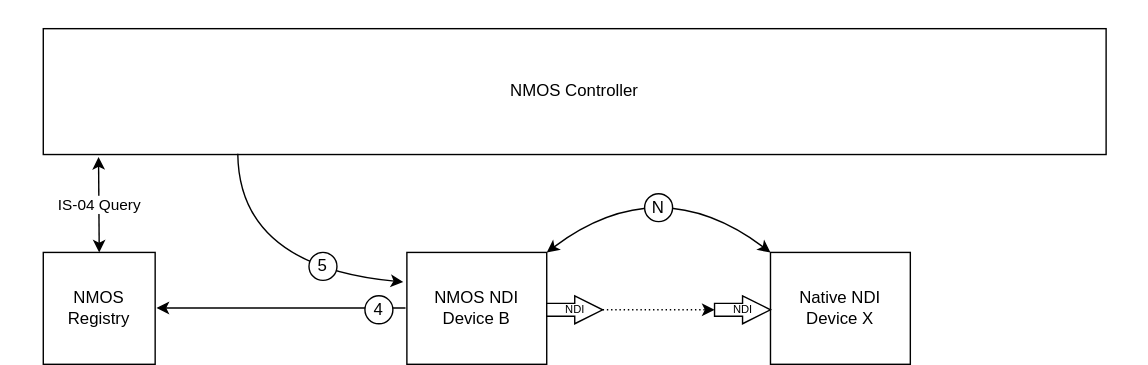
AMWA-TV/bcp-007-01 keeps this draw.io diagram as docs/images/NMOS-NDI-UseCase3-drawio.svg. Above is the earlier version. Source tidied: cells renumbered, new cells last; positions are measured from the earlier drawing's top-left corner, leaving out a move shared by most shapes.
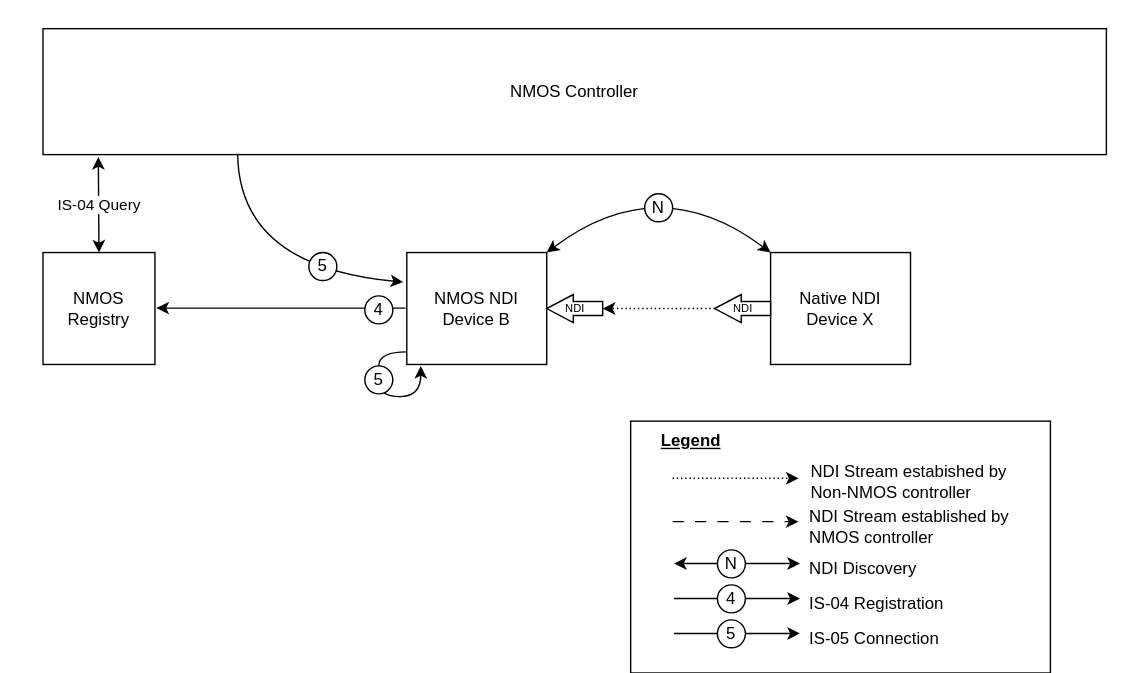
Above is the later version.

Diff of the diagram source:
```diff
@@ -34,18 +34,18 @@
         </Array>
       </mxGeometry>
     </mxCell>
-    <mxCell id="10" value="NDI" style="html=1;shadow=0;dashed=0;align=center;verticalAlign=middle;shape=mxgraph.arrows2.arrow;dy=0.54;dx=19.97;notch=0;fontSize=8;" parent="1" vertex="1">
-      <mxGeometry x="510" y="211" width="40" height="20" as="geometry" />
-    </mxCell>
+    <mxCell id="18" style="edgeStyle=orthogonalEdgeStyle;rounded=0;jettySize=auto;html=1;exitX=1;exitY=0.5;exitDx=0;exitDy=0;exitPerimeter=0;entryX=0;entryY=0.5;entryDx=0;entryDy=0;entryPerimeter=0;curved=1;dashed=1;dashPattern=1 2;" parent="1" edge="1" source="19" target="20">
+      <mxGeometry relative="1" as="geometry" />
+    </mxCell>
+    <mxCell id="19" value="NDI" style="html=1;shadow=0;dashed=0;align=center;verticalAlign=middle;shape=mxgraph.arrows2.arrow;dy=0.5;dx=19;flipH=1;notch=0;fontSize=8;" parent="1" vertex="1">
+      <mxGeometry x="510" y="210" width="40" height="20" as="geometry" />
+    </mxCell>
     <mxCell id="11" style="rounded=0;whiteSpace=wrap;html=1;strokeColor=none;fillColor=none;" parent="1" vertex="1">
       <mxGeometry width="820" height="10" as="geometry" />
     </mxCell>
-    <mxCell id="12" value="NDI" style="html=1;shadow=0;dashed=0;align=center;verticalAlign=middle;shape=mxgraph.arrows2.arrow;dy=0.54;dx=19.97;notch=0;fontSize=8;" parent="1" vertex="1">
-      <mxGeometry x="390" y="211" width="40" height="20" as="geometry" />
-    </mxCell>
-    <mxCell id="13" style="endArrow=classic;html=1;rounded=0;entryX=0;entryY=0.5;entryDx=0;entryDy=0;entryPerimeter=0;exitX=1;exitY=0.5;exitDx=0;exitDy=0;exitPerimeter=0;dashed=1;dashPattern=1 2;" parent="1" edge="1" source="12" target="10">
-      <mxGeometry relative="1" as="geometry" />
-    </mxCell>
+    <mxCell id="20" value="NDI" style="html=1;shadow=0;dashed=0;align=center;verticalAlign=middle;shape=mxgraph.arrows2.arrow;dy=0.5;dx=19;flipH=1;notch=0;fontSize=8;" parent="1" vertex="1">
+      <mxGeometry x="390" y="210" width="40" height="20" as="geometry" />
+    </mxCell>
     <mxCell id="14" style="curved=1;endArrow=classic;html=1;rounded=0;exitX=1;exitY=0;exitDx=0;exitDy=0;entryX=0;entryY=0;entryDx=0;entryDy=0;startArrow=classic;startFill=1;" parent="1" edge="1" source="7" target="6">
       <mxGeometry relative="1" as="geometry">
         <Array as="points">
@@ -62,5 +62,84 @@
     <mxCell id="17" value="5" style="ellipse;whiteSpace=wrap;html=1;" parent="1" vertex="1">
       <mxGeometry x="220" y="180" width="20" height="20" as="geometry" />
     </mxCell>
+    <mxCell id="21" style="curved=1;endArrow=classic;html=1;rounded=0;" parent="1" edge="1">
+      <mxGeometry relative="1" as="geometry">
+        <mxPoint x="290" y="251" as="sourcePoint" />
+        <mxPoint x="300" y="261" as="targetPoint" />
+        <Array as="points">
+          <mxPoint x="270" y="251" />
+          <mxPoint x="270" y="271" />
+          <mxPoint x="270" y="261" />
+          <mxPoint x="270" y="283" />
+          <mxPoint x="300" y="283" />
+        </Array>
+      </mxGeometry>
+    </mxCell>
+    <mxCell id="22" value="5" style="ellipse;whiteSpace=wrap;html=1;" parent="1" vertex="1">
+      <mxGeometry x="260" y="261" width="20" height="20" as="geometry" />
+    </mxCell>
+    <mxCell id="23" style="group;" parent="1" vertex="1">
+      <mxGeometry x="450" y="300" width="300" height="180.5" as="geometry" />
+    </mxCell>
+    <mxCell id="24" style="rounded=0;whiteSpace=wrap;html=1;" parent="23" vertex="1">
+      <mxGeometry y="0.5" width="300" height="180" as="geometry" />
+    </mxCell>
+    <mxCell id="25" style="endArrow=classic;startArrow=none;html=1;rounded=0;startFill=0;dashed=1;dashPattern=1 2;" parent="23" edge="1">
+      <mxGeometry relative="1" as="geometry">
+        <mxPoint x="30" y="41.3" as="sourcePoint" />
+        <mxPoint x="120" y="41.3" as="targetPoint" />
+      </mxGeometry>
+    </mxCell>
+    <mxCell id="26" value="Legend" style="text;strokeColor=none;align=left;fillColor=none;html=1;verticalAlign=middle;whiteSpace=wrap;rounded=0;fontStyle=5;" parent="23" vertex="1">
+      <mxGeometry x="20" width="162" height="30" as="geometry" />
+    </mxCell>
+    <mxCell id="27" value="NDI Stream established by NMOS controller" style="text;strokeColor=none;align=left;fillColor=none;html=1;verticalAlign=middle;whiteSpace=wrap;rounded=0;" parent="23" vertex="1">
+      <mxGeometry x="126" y="60.5" width="172" height="30" as="geometry" />
+    </mxCell>
+    <mxCell id="28" style="endArrow=classic;startArrow=none;html=1;rounded=0;startFill=0;dashed=1;dashPattern=8 8;" parent="23" edge="1">
+      <mxGeometry relative="1" as="geometry">
+        <mxPoint x="30" y="72.3" as="sourcePoint" />
+        <mxPoint x="120" y="72.3" as="targetPoint" />
+      </mxGeometry>
+    </mxCell>
+    <mxCell id="29" value="NDI Discovery" style="text;strokeColor=none;align=left;fillColor=none;html=1;verticalAlign=middle;whiteSpace=wrap;rounded=0;" parent="23" vertex="1">
+      <mxGeometry x="126" y="90.5" width="130" height="30" as="geometry" />
+    </mxCell>
+    <mxCell id="30" style="endArrow=classic;startArrow=classic;html=1;rounded=0;startFill=1;" parent="23" edge="1">
+      <mxGeometry relative="1" as="geometry">
+        <mxPoint x="31" y="102.3" as="sourcePoint" />
+        <mxPoint x="121" y="102.3" as="targetPoint" />
+      </mxGeometry>
+    </mxCell>
+    <mxCell id="31" value="N" style="ellipse;whiteSpace=wrap;html=1;" parent="23" vertex="1">
+      <mxGeometry x="62" y="92.5" width="20" height="20" as="geometry" />
+    </mxCell>
+    <mxCell id="32" value="IS-04 Registration" style="text;strokeColor=none;align=left;fillColor=none;html=1;verticalAlign=middle;whiteSpace=wrap;rounded=0;" parent="23" vertex="1">
+      <mxGeometry x="126" y="115.5" width="130" height="30" as="geometry" />
+    </mxCell>
+    <mxCell id="33" style="endArrow=classic;startArrow=none;html=1;rounded=0;startFill=0;" parent="23" edge="1">
+      <mxGeometry relative="1" as="geometry">
+        <mxPoint x="31" y="127.3" as="sourcePoint" />
+        <mxPoint x="121" y="127.3" as="targetPoint" />
+      </mxGeometry>
+    </mxCell>
+    <mxCell id="34" value="4" style="ellipse;whiteSpace=wrap;html=1;" parent="23" vertex="1">
+      <mxGeometry x="62" y="117.5" width="20" height="20" as="geometry" />
+    </mxCell>
+    <mxCell id="35" value="IS-05 Connection" style="text;strokeColor=none;align=left;fillColor=none;html=1;verticalAlign=middle;whiteSpace=wrap;rounded=0;" parent="23" vertex="1">
+      <mxGeometry x="126" y="140.5" width="130" height="30" as="geometry" />
+    </mxCell>
+    <mxCell id="36" style="endArrow=classic;startArrow=none;html=1;rounded=0;startFill=0;" parent="23" edge="1">
+      <mxGeometry relative="1" as="geometry">
+        <mxPoint x="31" y="152.3" as="sourcePoint" />
+        <mxPoint x="121" y="152.3" as="targetPoint" />
+      </mxGeometry>
+    </mxCell>
+    <mxCell id="37" value="5" style="ellipse;whiteSpace=wrap;html=1;" parent="23" vertex="1">
+      <mxGeometry x="62" y="142.5" width="20" height="20" as="geometry" />
+    </mxCell>
+    <mxCell id="38" value="NDI Stream estabished by Non-NMOS controller" style="text;strokeColor=none;align=left;fillColor=none;html=1;verticalAlign=middle;whiteSpace=wrap;rounded=0;" parent="23" vertex="1">
+      <mxGeometry x="127" y="28.5" width="162" height="30" as="geometry" />
+    </mxCell>
   </root>
 </mxGraphModel>
```
